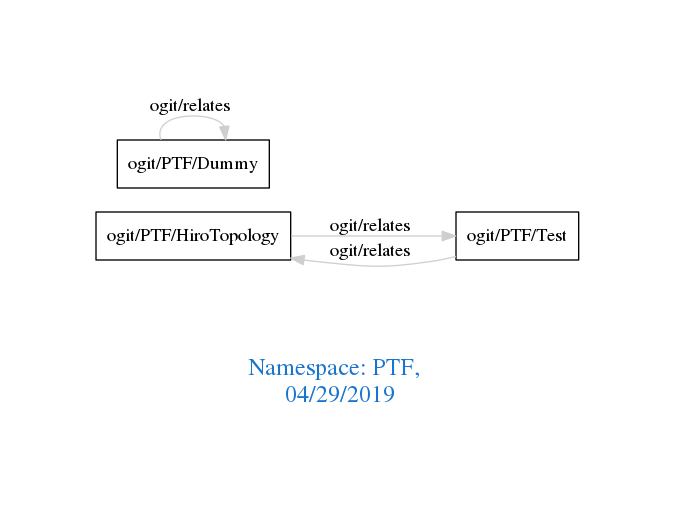
arago/OGIT keeps this Graphviz diagram as downloads/PTF.png. Above is the earlier version. Its source is kept beside it as downloads/PTF.dot.
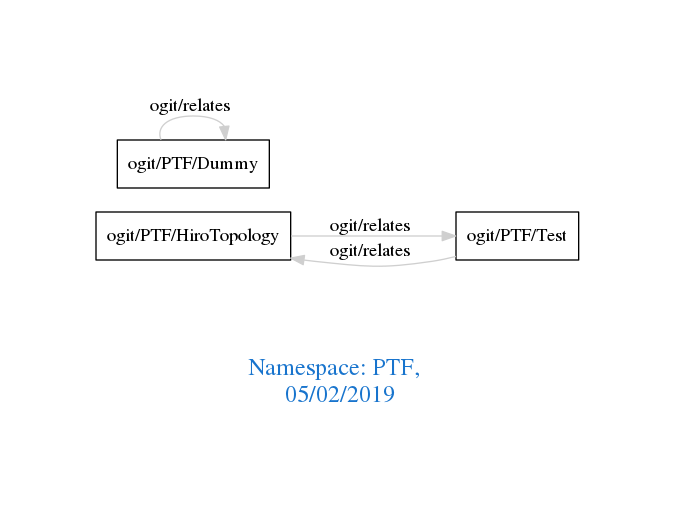
The same diagram one commit later.

Diff of the diagram source:
```diff
@@ -1,7 +1,7 @@
 digraph OGIT_ontology {
  graph [ rankdir= LR,pad=1
 fontsize = 18,
-fontcolor= dodgerblue3,label = "\n\n\nNamespace: PTF, \n 04/29/2019"];
+fontcolor= dodgerblue3,label = "\n\n\nNamespace: PTF, \n 05/02/2019"];
 node[shape=polygon];
 edge [  color="gray81"];
 
```
